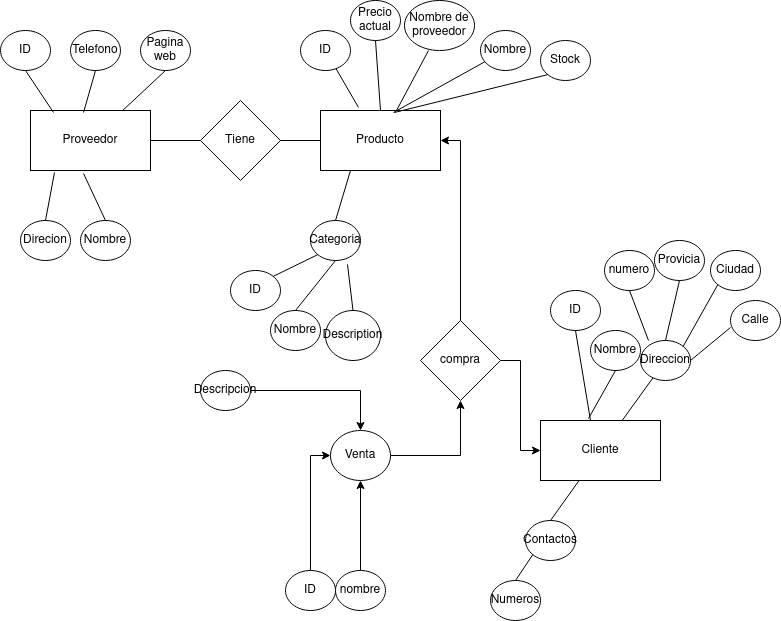
Before: Unidad1/Tareas/Tarea1/Diagrama sin título.drawio.png, a diagram exported from draw.io (JVC0/Base-Datos). Source tidied: cells renumbered, new cells last; positions are measured from the earlier drawing's top-left corner, leaving out a move shared by most shapes.
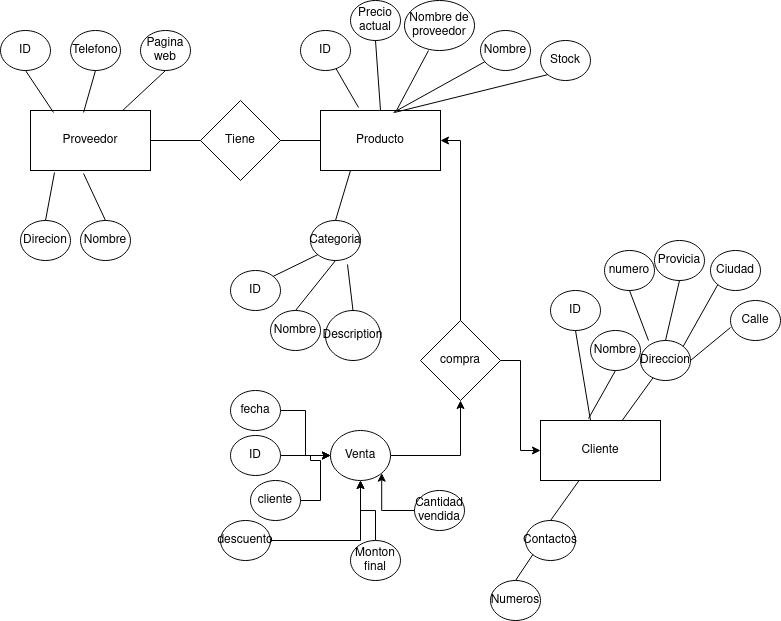
After the commit.

The edit, as a diff of the source:
```diff
@@ -179,19 +179,37 @@
       <mxGeometry relative="1" as="geometry" />
     </mxCell>
     <mxCell id="60" value="&lt;div&gt;ID&lt;/div&gt;" style="ellipse;whiteSpace=wrap;html=1;" parent="1" vertex="1">
-      <mxGeometry x="285" y="570" width="50" height="40" as="geometry" />
+      <mxGeometry x="230" y="435" width="50" height="40" as="geometry" />
     </mxCell>
-    <mxCell id="61" style="edgeStyle=orthogonalEdgeStyle;rounded=0;jettySize=auto;html=1;entryX=0.5;entryY=1;entryDx=0;entryDy=0;" parent="1" edge="1" source="62" target="58">
+    <mxCell id="61" style="edgeStyle=orthogonalEdgeStyle;rounded=0;jettySize=auto;html=1;entryX=0;entryY=0.5;entryDx=0;entryDy=0;" parent="1" edge="1" source="62" target="58">
       <mxGeometry relative="1" as="geometry" />
     </mxCell>
-    <mxCell id="62" value="&lt;div&gt;nombre&lt;/div&gt;" style="ellipse;whiteSpace=wrap;html=1;" parent="1" vertex="1">
-      <mxGeometry x="335" y="570" width="50" height="40" as="geometry" />
+    <mxCell id="62" value="&lt;div&gt;cliente&lt;/div&gt;" style="ellipse;whiteSpace=wrap;html=1;" parent="1" vertex="1">
+      <mxGeometry x="250" y="480" width="50" height="40" as="geometry" />
     </mxCell>
     <mxCell id="63" style="edgeStyle=orthogonalEdgeStyle;rounded=0;jettySize=auto;html=1;" parent="1" edge="1" source="64" target="58">
       <mxGeometry relative="1" as="geometry" />
     </mxCell>
-    <mxCell id="64" value="&lt;div&gt;Descripcion&lt;/div&gt;" style="ellipse;whiteSpace=wrap;html=1;" parent="1" vertex="1">
-      <mxGeometry x="200" y="370" width="50" height="40" as="geometry" />
+    <mxCell id="64" value="&lt;div&gt;fecha&lt;/div&gt;" style="ellipse;whiteSpace=wrap;html=1;" parent="1" vertex="1">
+      <mxGeometry x="230" y="390" width="50" height="40" as="geometry" />
     </mxCell>
+    <mxCell id="65" style="edgeStyle=orthogonalEdgeStyle;rounded=0;jettySize=auto;html=1;" parent="1" edge="1" source="66" target="58">
+      <mxGeometry relative="1" as="geometry" />
+    </mxCell>
+    <mxCell id="66" value="&lt;div&gt;descuento&lt;/div&gt;" style="ellipse;whiteSpace=wrap;html=1;" parent="1" vertex="1">
+      <mxGeometry x="220" y="520" width="50" height="40" as="geometry" />
+    </mxCell>
+    <mxCell id="67" style="edgeStyle=orthogonalEdgeStyle;rounded=0;jettySize=auto;html=1;" parent="1" edge="1" source="68" target="58">
+      <mxGeometry relative="1" as="geometry" />
+    </mxCell>
+    <mxCell id="68" value="&lt;div&gt;Monton &lt;br&gt;&lt;/div&gt;&lt;div&gt;final&lt;br&gt;&lt;/div&gt;" style="ellipse;whiteSpace=wrap;html=1;" parent="1" vertex="1">
+      <mxGeometry x="350" y="540" width="50" height="40" as="geometry" />
+    </mxCell>
+    <mxCell id="69" style="edgeStyle=orthogonalEdgeStyle;rounded=0;jettySize=auto;html=1;entryX=1;entryY=1;entryDx=0;entryDy=0;" parent="1" edge="1" source="70" target="58">
+      <mxGeometry relative="1" as="geometry" />
+    </mxCell>
+    <mxCell id="70" value="Cantidad vendida" style="ellipse;whiteSpace=wrap;html=1;" parent="1" vertex="1">
+      <mxGeometry x="414" y="490" width="50" height="40" as="geometry" />
+    </mxCell>
   </root>
 </mxGraphModel>
```
